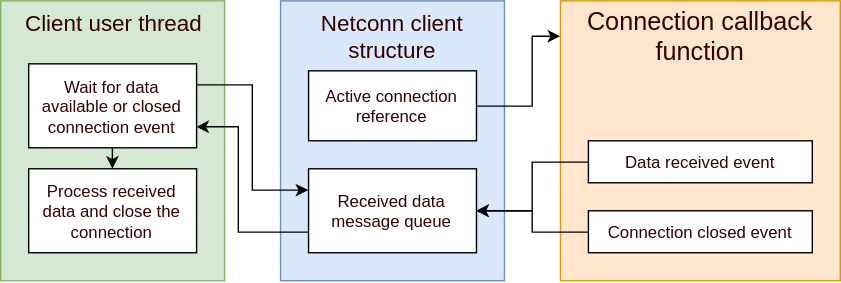
Above: docs/src/netconn_client.svg in gopimn/GSM_AT_Lib_res (draw.io), before the change. Source tidied: cells renumbered, new cells last; positions are measured from the earlier drawing's top-left corner, leaving out a move shared by most shapes. Source of this version:
```xml
<mxGraphModel background="#ffffff">
  <root>
    <mxCell id="0" />
    <mxCell id="1" parent="0" />
    <mxCell id="2" style="rounded=0;whiteSpace=wrap;html=1;fontSize=12;fontColor=#CC0000;fillColor=#ffe6cc;strokeColor=#d79b00;" parent="1" vertex="1">
      <mxGeometry x="400" width="200" height="200" as="geometry" />
    </mxCell>
    <mxCell id="3" value="Connection callback function" style="text;html=1;strokeColor=none;fillColor=none;align=center;verticalAlign=middle;whiteSpace=wrap;rounded=0;fontSize=18;fontColor=#330000;fontStyle=0;" parent="1" vertex="1">
      <mxGeometry x="410" width="180" height="50" as="geometry" />
    </mxCell>
    <mxCell id="4" value="Data received event" style="rounded=0;whiteSpace=wrap;html=1;fontSize=12;fontColor=#330000;" parent="1" vertex="1">
      <mxGeometry x="420" y="100" width="160" height="30" as="geometry" />
    </mxCell>
    <mxCell id="5" style="rounded=0;whiteSpace=wrap;html=1;fontSize=12;fontColor=#CC0000;fillColor=#dae8fc;strokeColor=#6c8ebf;" parent="1" vertex="1">
      <mxGeometry x="200" width="160" height="200" as="geometry" />
    </mxCell>
    <mxCell id="6" value="Netconn client structure" style="text;html=1;strokeColor=none;fillColor=none;align=center;verticalAlign=middle;whiteSpace=wrap;rounded=0;fontSize=16;fontColor=#330000;fontStyle=0;" parent="1" vertex="1">
      <mxGeometry x="200" width="160" height="50" as="geometry" />
    </mxCell>
    <mxCell id="7" value="Received data message queue" style="rounded=0;whiteSpace=wrap;html=1;fontSize=12;fontColor=#330000;" parent="1" vertex="1">
      <mxGeometry x="220" y="120" width="120" height="60" as="geometry" />
    </mxCell>
    <mxCell id="8" style="edgeStyle=orthogonalEdgeStyle;rounded=0;html=1;exitX=1;exitY=0.5;jettySize=auto;fontSize=16;fontColor=#330000;" parent="1" edge="1" source="9">
      <mxGeometry relative="1" as="geometry">
        <mxPoint x="400" y="25" as="targetPoint" />
        <Array as="points">
          <mxPoint x="380" y="75" />
          <mxPoint x="380" y="25" />
        </Array>
      </mxGeometry>
    </mxCell>
    <mxCell id="9" value="Active connection reference" style="rounded=0;whiteSpace=wrap;html=1;fontSize=12;fontColor=#330000;" parent="1" vertex="1">
      <mxGeometry x="220" y="50" width="120" height="50" as="geometry" />
    </mxCell>
    <mxCell id="10" style="edgeStyle=orthogonalEdgeStyle;rounded=0;html=1;exitX=0;exitY=0.5;entryX=1;entryY=0.5;jettySize=auto;fontSize=12;fontColor=#330000;" parent="1" edge="1" source="4" target="7">
      <mxGeometry relative="1" as="geometry" />
    </mxCell>
    <mxCell id="11" style="edgeStyle=orthogonalEdgeStyle;rounded=0;html=1;exitX=0;exitY=0.5;jettySize=auto;fontSize=12;fontColor=#330000;entryX=1;entryY=0.5;" parent="1" edge="1" source="12" target="7">
      <mxGeometry relative="1" as="geometry">
        <Array as="points">
          <mxPoint x="380" y="165" />
          <mxPoint x="380" y="150" />
        </Array>
      </mxGeometry>
    </mxCell>
    <mxCell id="12" value="Connection closed event" style="rounded=0;whiteSpace=wrap;html=1;fontSize=12;fontColor=#330000;" parent="1" vertex="1">
      <mxGeometry x="420" y="150" width="160" height="30" as="geometry" />
    </mxCell>
    <mxCell id="13" style="rounded=0;whiteSpace=wrap;html=1;fontSize=12;fontColor=#CC0000;fillColor=#d5e8d4;strokeColor=#82b366;" parent="1" vertex="1">
      <mxGeometry width="160" height="200" as="geometry" />
    </mxCell>
    <mxCell id="14" value="Client user thread" style="text;html=1;strokeColor=none;fillColor=none;align=center;verticalAlign=middle;whiteSpace=wrap;rounded=0;fontSize=16;fontColor=#330000;fontStyle=0;" parent="1" vertex="1">
      <mxGeometry width="160" height="30" as="geometry" />
    </mxCell>
    <mxCell id="15" style="edgeStyle=orthogonalEdgeStyle;rounded=0;html=1;exitX=0.5;exitY=1;entryX=0.5;entryY=0;jettySize=auto;fontSize=12;fontColor=#330000;" parent="1" edge="1" source="16" target="19">
      <mxGeometry relative="1" as="geometry" />
    </mxCell>
    <mxCell id="16" value="Wait for data available or closed connection event" style="rounded=0;whiteSpace=wrap;html=1;fontSize=12;fontColor=#330000;" parent="1" vertex="1">
      <mxGeometry x="20" y="45" width="120" height="60" as="geometry" />
    </mxCell>
    <mxCell id="17" style="edgeStyle=orthogonalEdgeStyle;rounded=0;html=1;exitX=0;exitY=0.75;entryX=1;entryY=0.75;jettySize=auto;fontSize=12;fontColor=#330000;" parent="1" edge="1" source="7" target="16">
      <mxGeometry relative="1" as="geometry">
        <Array as="points">
          <mxPoint x="170" y="165" />
          <mxPoint x="170" y="90" />
        </Array>
      </mxGeometry>
    </mxCell>
    <mxCell id="18" style="edgeStyle=orthogonalEdgeStyle;rounded=0;html=1;exitX=1;exitY=0.25;entryX=0;entryY=0.25;jettySize=auto;fontSize=12;fontColor=#330000;" parent="1" edge="1" source="16" target="7">
      <mxGeometry relative="1" as="geometry">
        <Array as="points">
          <mxPoint x="180" y="60" />
          <mxPoint x="180" y="135" />
        </Array>
      </mxGeometry>
    </mxCell>
    <mxCell id="19" value="Process received data and close the connection" style="rounded=0;whiteSpace=wrap;html=1;fontSize=12;fontColor=#330000;" parent="1" vertex="1">
      <mxGeometry x="20" y="120" width="120" height="60" as="geometry" />
    </mxCell>
  </root>
</mxGraphModel>
```
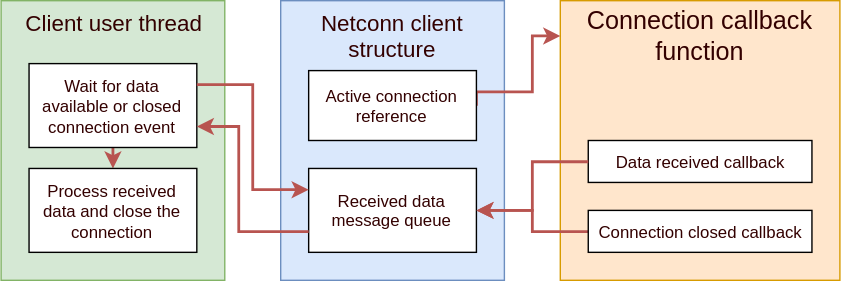
After the change.

The edit, as a diff of the source:
```diff
@@ -8,7 +8,7 @@
     <mxCell id="3" value="Connection callback function" style="text;html=1;strokeColor=none;fillColor=none;align=center;verticalAlign=middle;whiteSpace=wrap;rounded=0;fontSize=18;fontColor=#330000;fontStyle=0;" parent="1" vertex="1">
       <mxGeometry x="410" width="180" height="50" as="geometry" />
     </mxCell>
-    <mxCell id="4" value="Data received event" style="rounded=0;whiteSpace=wrap;html=1;fontSize=12;fontColor=#330000;" parent="1" vertex="1">
+    <mxCell id="4" value="Data received callback" style="rounded=0;whiteSpace=wrap;html=1;fontSize=12;fontColor=#330000;" parent="1" vertex="1">
       <mxGeometry x="420" y="100" width="160" height="30" as="geometry" />
     </mxCell>
     <mxCell id="5" style="rounded=0;whiteSpace=wrap;html=1;fontSize=12;fontColor=#CC0000;fillColor=#dae8fc;strokeColor=#6c8ebf;" parent="1" vertex="1">
@@ -20,11 +20,12 @@
     <mxCell id="7" value="Received data message queue" style="rounded=0;whiteSpace=wrap;html=1;fontSize=12;fontColor=#330000;" parent="1" vertex="1">
       <mxGeometry x="220" y="120" width="120" height="60" as="geometry" />
     </mxCell>
-    <mxCell id="8" style="edgeStyle=orthogonalEdgeStyle;rounded=0;html=1;exitX=1;exitY=0.5;jettySize=auto;fontSize=16;fontColor=#330000;" parent="1" edge="1" source="9">
+    <mxCell id="8" style="edgeStyle=orthogonalEdgeStyle;rounded=0;html=1;exitX=1;exitY=0.5;jettySize=auto;fontSize=16;fontColor=#330000;fillColor=#f8cecc;strokeColor=#b85450;strokeWidth=2;" parent="1" edge="1" source="9">
       <mxGeometry relative="1" as="geometry">
         <mxPoint x="400" y="25" as="targetPoint" />
         <Array as="points">
-          <mxPoint x="380" y="75" />
+          <mxPoint x="340" y="65" />
+          <mxPoint x="380" y="65" />
           <mxPoint x="380" y="25" />
         </Array>
       </mxGeometry>
@@ -32,10 +33,10 @@
     <mxCell id="9" value="Active connection reference" style="rounded=0;whiteSpace=wrap;html=1;fontSize=12;fontColor=#330000;" parent="1" vertex="1">
       <mxGeometry x="220" y="50" width="120" height="50" as="geometry" />
     </mxCell>
-    <mxCell id="10" style="edgeStyle=orthogonalEdgeStyle;rounded=0;html=1;exitX=0;exitY=0.5;entryX=1;entryY=0.5;jettySize=auto;fontSize=12;fontColor=#330000;" parent="1" edge="1" source="4" target="7">
+    <mxCell id="10" style="edgeStyle=orthogonalEdgeStyle;rounded=0;html=1;exitX=0;exitY=0.5;entryX=1;entryY=0.5;jettySize=auto;fontSize=12;fontColor=#330000;fillColor=#f8cecc;strokeColor=#b85450;strokeWidth=2;" parent="1" edge="1" source="4" target="7">
       <mxGeometry relative="1" as="geometry" />
     </mxCell>
-    <mxCell id="11" style="edgeStyle=orthogonalEdgeStyle;rounded=0;html=1;exitX=0;exitY=0.5;jettySize=auto;fontSize=12;fontColor=#330000;entryX=1;entryY=0.5;" parent="1" edge="1" source="12" target="7">
+    <mxCell id="11" style="edgeStyle=orthogonalEdgeStyle;rounded=0;html=1;exitX=0;exitY=0.5;jettySize=auto;fontSize=12;fontColor=#330000;entryX=1;entryY=0.5;fillColor=#f8cecc;strokeColor=#b85450;strokeWidth=2;" parent="1" edge="1" source="12" target="7">
       <mxGeometry relative="1" as="geometry">
         <Array as="points">
           <mxPoint x="380" y="165" />
@@ -43,7 +44,7 @@
         </Array>
       </mxGeometry>
     </mxCell>
-    <mxCell id="12" value="Connection closed event" style="rounded=0;whiteSpace=wrap;html=1;fontSize=12;fontColor=#330000;" parent="1" vertex="1">
+    <mxCell id="12" value="Connection closed callback" style="rounded=0;whiteSpace=wrap;html=1;fontSize=12;fontColor=#330000;" parent="1" vertex="1">
       <mxGeometry x="420" y="150" width="160" height="30" as="geometry" />
     </mxCell>
     <mxCell id="13" style="rounded=0;whiteSpace=wrap;html=1;fontSize=12;fontColor=#CC0000;fillColor=#d5e8d4;strokeColor=#82b366;" parent="1" vertex="1">
@@ -52,13 +53,13 @@
     <mxCell id="14" value="Client user thread" style="text;html=1;strokeColor=none;fillColor=none;align=center;verticalAlign=middle;whiteSpace=wrap;rounded=0;fontSize=16;fontColor=#330000;fontStyle=0;" parent="1" vertex="1">
       <mxGeometry width="160" height="30" as="geometry" />
     </mxCell>
-    <mxCell id="15" style="edgeStyle=orthogonalEdgeStyle;rounded=0;html=1;exitX=0.5;exitY=1;entryX=0.5;entryY=0;jettySize=auto;fontSize=12;fontColor=#330000;" parent="1" edge="1" source="16" target="19">
+    <mxCell id="15" style="edgeStyle=orthogonalEdgeStyle;rounded=0;html=1;exitX=0.5;exitY=1;entryX=0.5;entryY=0;jettySize=auto;fontSize=12;fontColor=#330000;strokeWidth=2;fillColor=#f8cecc;strokeColor=#b85450;" parent="1" edge="1" source="16" target="19">
       <mxGeometry relative="1" as="geometry" />
     </mxCell>
     <mxCell id="16" value="Wait for data available or closed connection event" style="rounded=0;whiteSpace=wrap;html=1;fontSize=12;fontColor=#330000;" parent="1" vertex="1">
       <mxGeometry x="20" y="45" width="120" height="60" as="geometry" />
     </mxCell>
-    <mxCell id="17" style="edgeStyle=orthogonalEdgeStyle;rounded=0;html=1;exitX=0;exitY=0.75;entryX=1;entryY=0.75;jettySize=auto;fontSize=12;fontColor=#330000;" parent="1" edge="1" source="7" target="16">
+    <mxCell id="17" style="edgeStyle=orthogonalEdgeStyle;rounded=0;html=1;exitX=0;exitY=0.75;entryX=1;entryY=0.75;jettySize=auto;fontSize=12;fontColor=#330000;fillColor=#f8cecc;strokeColor=#b85450;strokeWidth=2;" parent="1" edge="1" source="7" target="16">
       <mxGeometry relative="1" as="geometry">
         <Array as="points">
           <mxPoint x="170" y="165" />
@@ -66,7 +67,7 @@
         </Array>
       </mxGeometry>
     </mxCell>
-    <mxCell id="18" style="edgeStyle=orthogonalEdgeStyle;rounded=0;html=1;exitX=1;exitY=0.25;entryX=0;entryY=0.25;jettySize=auto;fontSize=12;fontColor=#330000;" parent="1" edge="1" source="16" target="7">
+    <mxCell id="18" style="edgeStyle=orthogonalEdgeStyle;rounded=0;html=1;exitX=1;exitY=0.25;entryX=0;entryY=0.25;jettySize=auto;fontSize=12;fontColor=#330000;fillColor=#f8cecc;strokeColor=#b85450;strokeWidth=2;" parent="1" edge="1" source="16" target="7">
       <mxGeometry relative="1" as="geometry">
         <Array as="points">
           <mxPoint x="180" y="60" />
```
